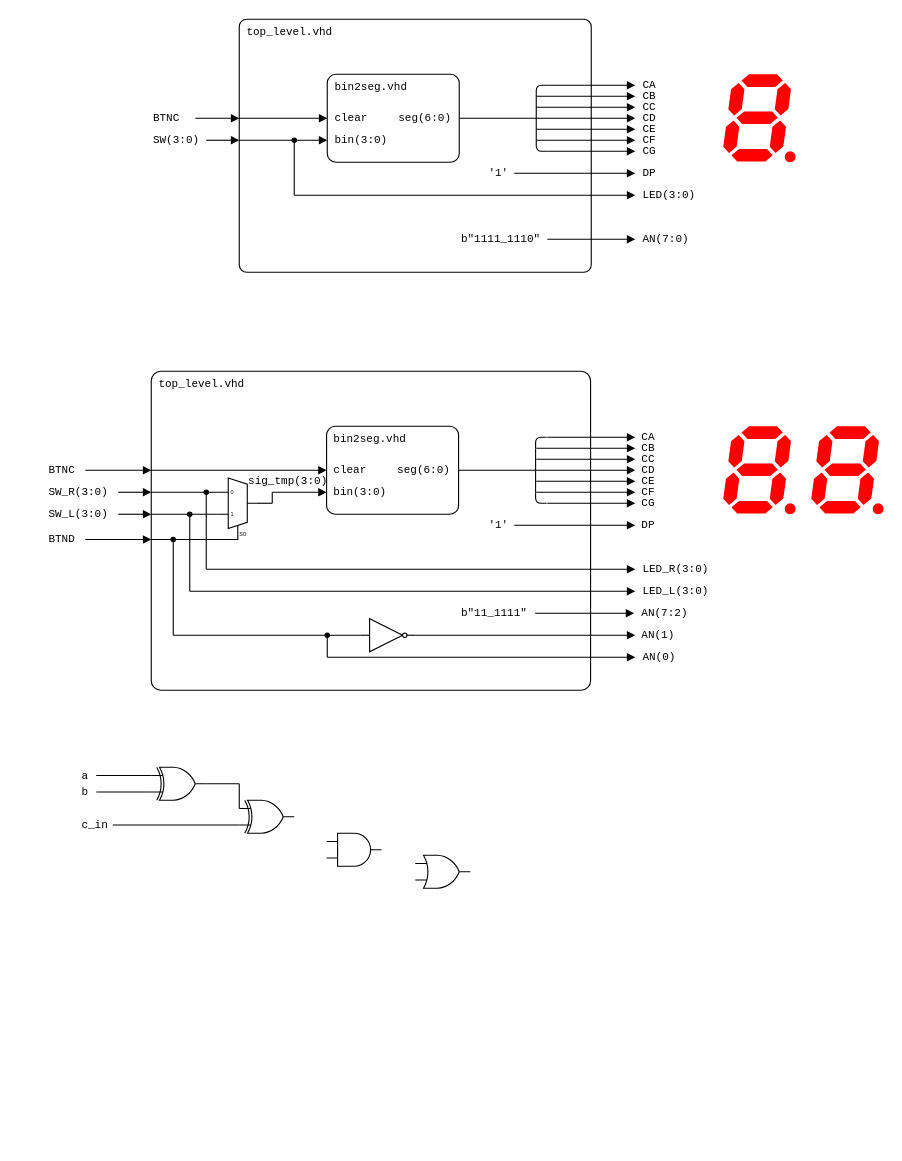
Earlier version of the draw.io diagram labs/04-adder/images/lab4_adder.drawio (tomas-fryza/vhdl-course). Source tidied: cells renumbered, new cells numbered last; positions are measured from the earlier drawing's top-left corner, leaving out a move shared by most shapes. Both pictures are drawn from the tidied source at 110%, with x=0, y=0 at pixel (46, 19).
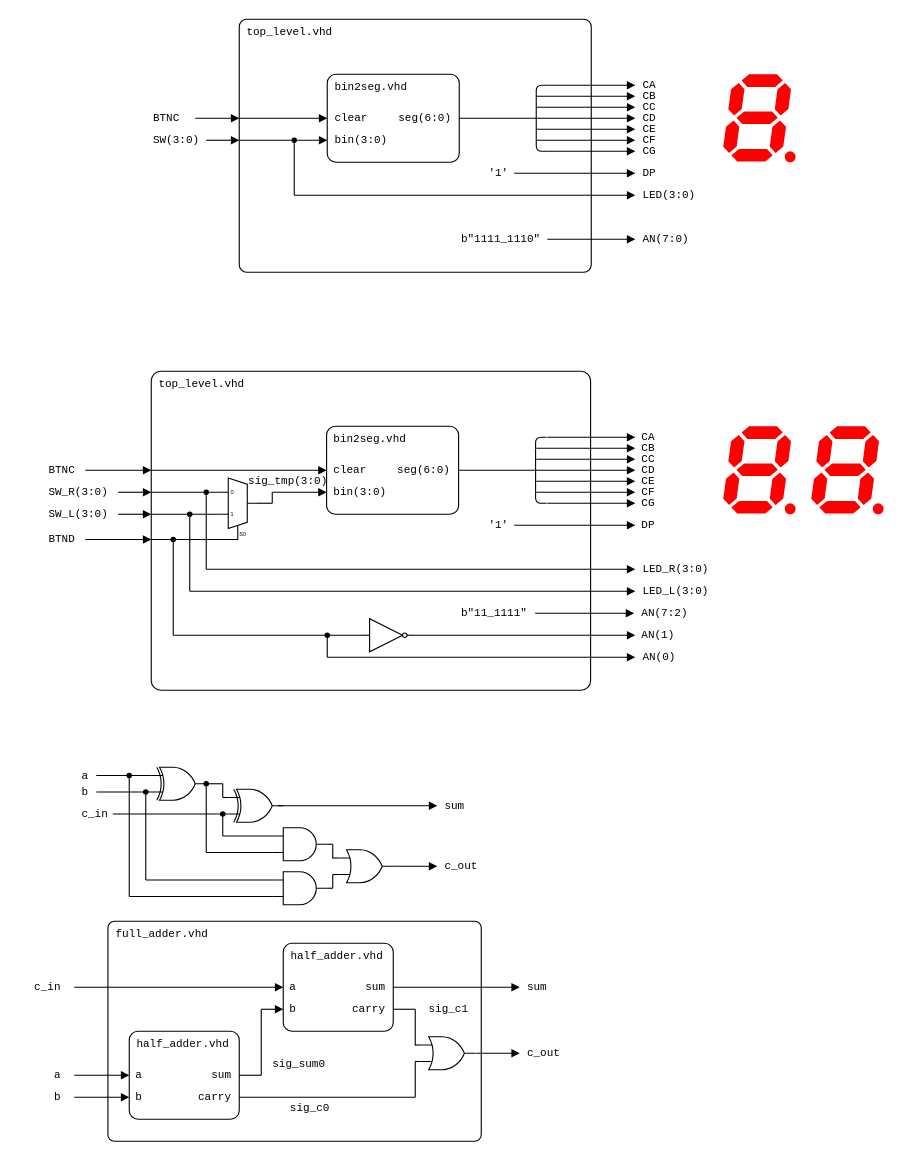
After the change.

Commit message (it also covers changes not shown here):
fig of full adder structures created

The edit, as a diff of the source:
```diff
@@
     <mxCell id="102" style="verticalLabelPosition=bottom;shadow=0;dashed=0;align=center;html=1;verticalAlign=top;shape=mxgraph.electrical.logic_gates.logic_gate;operation=and;" parent="1" vertex="1">
-      <mxGeometry x="254.4" y="740" width="50" height="30" as="geometry" />
+      <mxGeometry x="205" y="735" width="50" height="30" as="geometry" />
     </mxCell>
     <mxCell id="103" style="verticalLabelPosition=bottom;shadow=0;dashed=0;align=center;html=1;verticalAlign=top;shape=mxgraph.electrical.logic_gates.logic_gate;operation=or;" parent="1" vertex="1">
-      <mxGeometry x="335" y="760" width="50" height="30" as="geometry" />
+      <mxGeometry x="265" y="755" width="50" height="30" as="geometry" />
     </mxCell>
     <mxCell id="104" style="verticalLabelPosition=bottom;shadow=0;dashed=0;align=center;html=1;verticalAlign=top;shape=mxgraph.electrical.logic_gates.logic_gate;operation=xor;" parent="1" vertex="1">
-      <mxGeometry x="175" y="710" width="50" height="30" as="geometry" />
+      <mxGeometry x="165" y="700" width="50" height="30" as="geometry" />
     </mxCell>
@@
     <mxCell id="107" style="endArrow=none;html=1;rounded=0;endFill=0;endSize=5;startSize=5;" parent="1" edge="1">
       <mxGeometry relative="1" as="geometry">
-        <mxPoint x="60" y="732.5" as="sourcePoint" />
-        <mxPoint x="175" y="732.5" as="targetPoint" />
+        <mxPoint x="60" y="722.5" as="sourcePoint" />
+        <mxPoint x="165" y="722.5" as="targetPoint" />
       </mxGeometry>
     </mxCell>
     <mxCell id="108" style="endArrow=none;html=1;rounded=0;endFill=0;endSize=5;startSize=5;" parent="1" edge="1">
       <mxGeometry relative="1" as="geometry">
-        <mxPoint x="175" y="695" as="sourcePoint" />
-        <mxPoint x="175" y="717.5" as="targetPoint" />
+        <mxPoint x="160" y="695" as="sourcePoint" />
+        <mxPoint x="160" y="707.5" as="targetPoint" />
       </mxGeometry>
     </mxCell>
     <mxCell id="109" style="endArrow=none;html=1;rounded=0;endFill=0;endSize=5;startSize=5;" parent="1" edge="1">
       <mxGeometry relative="1" as="geometry">
         <mxPoint x="145" y="695" as="sourcePoint" />
-        <mxPoint x="175" y="695" as="targetPoint" />
+        <mxPoint x="160" y="695" as="targetPoint" />
       </mxGeometry>
     </mxCell>
@@
     <mxCell id="112" value="c_in" style="text;html=1;align=left;verticalAlign=middle;whiteSpace=wrap;rounded=0;fontFamily=Courier New;fontSize=10;fillOpacity=100;spacing=2;spacingLeft=0;" parent="1" vertex="1">
-      <mxGeometry x="30" y="722.5" width="30" height="20" as="geometry" />
+      <mxGeometry x="30" y="712.5" width="30" height="20" as="geometry" />
     </mxCell>
+    <mxCell id="113" style="endArrow=none;html=1;rounded=0;startArrow=oval;startFill=1;endSize=4;startSize=4;" parent="1" edge="1">
+      <mxGeometry relative="1" as="geometry">
+        <mxPoint x="160" y="722.5" as="sourcePoint" />
+        <mxPoint x="160" y="742.5" as="targetPoint" />
+      </mxGeometry>
+    </mxCell>
+    <mxCell id="114" style="endArrow=none;html=1;rounded=0;startArrow=oval;startFill=1;endSize=4;startSize=4;" parent="1" edge="1">
+      <mxGeometry relative="1" as="geometry">
+        <mxPoint x="145" y="695" as="sourcePoint" />
+        <mxPoint x="145" y="757.5" as="targetPoint" />
+      </mxGeometry>
+    </mxCell>
+    <mxCell id="115" style="endArrow=none;html=1;rounded=0;startArrow=oval;startFill=1;endSize=4;startSize=4;" parent="1" edge="1">
+      <mxGeometry relative="1" as="geometry">
+        <mxPoint x="90" y="702.5" as="sourcePoint" />
+        <mxPoint x="90" y="782.5" as="targetPoint" />
+      </mxGeometry>
+    </mxCell>
+    <mxCell id="116" style="endArrow=none;html=1;rounded=0;startArrow=oval;startFill=1;endSize=4;startSize=4;" parent="1" edge="1">
+      <mxGeometry relative="1" as="geometry">
+        <mxPoint x="75" y="687.5" as="sourcePoint" />
+        <mxPoint x="75" y="797.5" as="targetPoint" />
+      </mxGeometry>
+    </mxCell>
+    <mxCell id="117" style="endArrow=none;html=1;rounded=0;endFill=0;endSize=5;startSize=5;" parent="1" edge="1">
+      <mxGeometry relative="1" as="geometry">
+        <mxPoint x="160" y="742.5" as="sourcePoint" />
+        <mxPoint x="205" y="742.5" as="targetPoint" />
+      </mxGeometry>
+    </mxCell>
+    <mxCell id="118" style="endArrow=none;html=1;rounded=0;endFill=0;endSize=5;startSize=5;" parent="1" edge="1">
+      <mxGeometry relative="1" as="geometry">
+        <mxPoint x="145" y="757.5" as="sourcePoint" />
+        <mxPoint x="205" y="757.5" as="targetPoint" />
+      </mxGeometry>
+    </mxCell>
+    <mxCell id="119" style="endArrow=none;html=1;rounded=0;endFill=0;endSize=5;startSize=5;" parent="1" edge="1">
+      <mxGeometry relative="1" as="geometry">
+        <mxPoint x="160" y="707.5" as="sourcePoint" />
+        <mxPoint x="165" y="707.5" as="targetPoint" />
+      </mxGeometry>
+    </mxCell>
+    <mxCell id="120" style="verticalLabelPosition=bottom;shadow=0;dashed=0;align=center;html=1;verticalAlign=top;shape=mxgraph.electrical.logic_gates.logic_gate;operation=and;" parent="1" vertex="1">
+      <mxGeometry x="205" y="775" width="50" height="30" as="geometry" />
+    </mxCell>
+    <mxCell id="121" style="endArrow=none;html=1;rounded=0;endFill=0;endSize=5;startSize=5;" parent="1" edge="1">
+      <mxGeometry relative="1" as="geometry">
+        <mxPoint x="90" y="782.5" as="sourcePoint" />
+        <mxPoint x="205" y="782.5" as="targetPoint" />
+      </mxGeometry>
+    </mxCell>
+    <mxCell id="122" style="endArrow=none;html=1;rounded=0;endFill=0;endSize=5;startSize=5;" parent="1" edge="1">
+      <mxGeometry relative="1" as="geometry">
+        <mxPoint x="75" y="797.5" as="sourcePoint" />
+        <mxPoint x="205" y="797.5" as="targetPoint" />
+      </mxGeometry>
+    </mxCell>
+    <mxCell id="123" style="endArrow=none;html=1;rounded=0;endFill=0;endSize=5;startSize=5;" parent="1" edge="1">
+      <mxGeometry relative="1" as="geometry">
+        <mxPoint x="255" y="750" as="sourcePoint" />
+        <mxPoint x="260" y="750" as="targetPoint" />
+      </mxGeometry>
+    </mxCell>
+    <mxCell id="124" style="endArrow=none;html=1;rounded=0;endFill=0;endSize=5;startSize=5;" parent="1" edge="1">
+      <mxGeometry relative="1" as="geometry">
+        <mxPoint x="260" y="762.5" as="sourcePoint" />
+        <mxPoint x="265" y="762.5" as="targetPoint" />
+      </mxGeometry>
+    </mxCell>
+    <mxCell id="125" style="endArrow=none;html=1;rounded=0;endFill=0;endSize=5;startSize=5;" parent="1" edge="1">
+      <mxGeometry relative="1" as="geometry">
+        <mxPoint x="260" y="750" as="sourcePoint" />
+        <mxPoint x="260" y="763" as="targetPoint" />
+      </mxGeometry>
+    </mxCell>
+    <mxCell id="126" style="endArrow=none;html=1;rounded=0;endFill=0;endSize=5;startSize=5;" parent="1" edge="1">
+      <mxGeometry relative="1" as="geometry">
+        <mxPoint x="255" y="790" as="sourcePoint" />
+        <mxPoint x="260" y="790" as="targetPoint" />
+      </mxGeometry>
+    </mxCell>
+    <mxCell id="127" style="endArrow=none;html=1;rounded=0;endFill=0;endSize=5;startSize=5;" parent="1" edge="1">
+      <mxGeometry relative="1" as="geometry">
+        <mxPoint x="260" y="777.5" as="sourcePoint" />
+        <mxPoint x="260" y="790" as="targetPoint" />
+      </mxGeometry>
+    </mxCell>
+    <mxCell id="128" style="endArrow=none;html=1;rounded=0;endFill=0;endSize=5;startSize=5;" parent="1" edge="1">
+      <mxGeometry relative="1" as="geometry">
+        <mxPoint x="260" y="777.5" as="sourcePoint" />
+        <mxPoint x="265" y="777.5" as="targetPoint" />
+      </mxGeometry>
+    </mxCell>
+    <mxCell id="129" style="endArrow=block;html=1;rounded=0;endFill=1;endSize=5;startSize=5;" parent="1" edge="1">
+      <mxGeometry relative="1" as="geometry">
+        <mxPoint x="210" y="715" as="sourcePoint" />
+        <mxPoint x="355" y="715" as="targetPoint" />
+      </mxGeometry>
+    </mxCell>
+    <mxCell id="130" style="endArrow=block;html=1;rounded=0;endFill=1;orthogonal=1;endSize=5;startSize=5;" parent="1" edge="1">
+      <mxGeometry relative="1" as="geometry">
+        <mxPoint x="315" y="770" as="sourcePoint" />
+        <mxPoint x="355" y="770" as="targetPoint" />
+      </mxGeometry>
+    </mxCell>
+    <mxCell id="131" value="c_out" style="text;html=1;align=left;verticalAlign=middle;whiteSpace=wrap;rounded=0;fontFamily=Courier New;fontSize=10;fillOpacity=100;spacing=2;spacingLeft=5;" parent="1" vertex="1">
+      <mxGeometry x="355" y="760" width="60.6" height="20" as="geometry" />
+    </mxCell>
+    <mxCell id="132" value="sum" style="text;html=1;align=left;verticalAlign=middle;whiteSpace=wrap;rounded=0;fontFamily=Courier New;fontSize=10;fillOpacity=100;spacing=2;spacingLeft=5;" parent="1" vertex="1">
+      <mxGeometry x="355" y="705" width="60.6" height="20" as="geometry" />
+    </mxCell>
+    <mxCell id="133" value="half_adder.vhd" style="rounded=1;arcSize=10;align=left;verticalAlign=top;fontFamily=Courier New;absoluteArcSize=0;fillColor=none;fixDash=0;fontSize=10;spacingLeft=5;labelBorderColor=none;spacingTop=0;spacing=2;labelBackgroundColor=none;whiteSpace=wrap;html=1;strokeWidth=1;shadow=0;glass=0;" parent="1" vertex="1">
+      <mxGeometry x="215" y="840" width="100" height="80" as="geometry" />
+    </mxCell>
+    <mxCell id="134" value="b" style="text;html=1;align=left;verticalAlign=middle;whiteSpace=wrap;rounded=0;fontFamily=Courier New;fontSize=10;fillOpacity=100;spacingLeft=5;" parent="1" vertex="1">
+      <mxGeometry x="214.4" y="890" width="60" height="20" as="geometry" />
+    </mxCell>
+    <mxCell id="135" value="a" style="text;html=1;align=left;verticalAlign=middle;whiteSpace=wrap;rounded=0;fontFamily=Courier New;fontSize=10;fillOpacity=100;spacing=2;spacingLeft=5;" parent="1" vertex="1">
+      <mxGeometry x="214.4" y="870" width="60" height="20" as="geometry" />
+    </mxCell>
+    <mxCell id="136" style="endArrow=block;html=1;rounded=0;endFill=1;endSize=5;startSize=5;" parent="1" edge="1">
+      <mxGeometry relative="1" as="geometry">
+        <mxPoint x="25" y="880" as="sourcePoint" />
+        <mxPoint x="215" y="880" as="targetPoint" />
+      </mxGeometry>
+    </mxCell>
+    <mxCell id="137" style="endArrow=block;html=1;rounded=0;endFill=1;endSize=5;startSize=5;" parent="1" edge="1">
+      <mxGeometry relative="1" as="geometry">
+        <mxPoint x="195" y="900" as="sourcePoint" />
+        <mxPoint x="215" y="900" as="targetPoint" />
+      </mxGeometry>
+    </mxCell>
+    <mxCell id="138" value="sum" style="text;html=1;align=right;verticalAlign=middle;whiteSpace=wrap;rounded=0;fontFamily=Courier New;fontSize=10;fillOpacity=100;spacing=2;spacingRight=5;" parent="1" vertex="1">
+      <mxGeometry x="255" y="870" width="60" height="20" as="geometry" />
+    </mxCell>
+    <mxCell id="139" style="endArrow=block;html=1;rounded=0;exitX=1;exitY=0.5;exitDx=0;exitDy=0;endFill=1;endSize=5;startSize=5;" parent="1" edge="1" source="138">
+      <mxGeometry relative="1" as="geometry">
+        <mxPoint x="430" y="880" as="targetPoint" />
+      </mxGeometry>
+    </mxCell>
+    <mxCell id="140" value="carry" style="text;html=1;align=right;verticalAlign=middle;whiteSpace=wrap;rounded=0;fontFamily=Courier New;fontSize=10;fillOpacity=100;spacing=2;spacingRight=5;" parent="1" vertex="1">
+      <mxGeometry x="255" y="890" width="60" height="20" as="geometry" />
+    </mxCell>
+    <mxCell id="141" style="endArrow=none;html=1;rounded=0;exitX=1;exitY=0.5;exitDx=0;exitDy=0;endFill=0;endSize=5;startSize=5;" parent="1" edge="1" source="140">
+      <mxGeometry relative="1" as="geometry">
+        <mxPoint x="335" y="900" as="targetPoint" />
+      </mxGeometry>
+    </mxCell>
+    <mxCell id="142" value="half_adder.vhd" style="rounded=1;arcSize=10;align=left;verticalAlign=top;fontFamily=Courier New;absoluteArcSize=0;fillColor=none;fixDash=0;fontSize=10;spacingLeft=5;labelBorderColor=none;spacingTop=0;spacing=2;labelBackgroundColor=none;whiteSpace=wrap;html=1;strokeWidth=1;shadow=0;glass=0;" parent="1" vertex="1">
+      <mxGeometry x="75" y="920" width="100" height="80" as="geometry" />
+    </mxCell>
+    <mxCell id="143" value="b" style="text;html=1;align=left;verticalAlign=middle;whiteSpace=wrap;rounded=0;fontFamily=Courier New;fontSize=10;fillOpacity=100;spacingLeft=5;" parent="1" vertex="1">
+      <mxGeometry x="74.4" y="970" width="60" height="20" as="geometry" />
+    </mxCell>
+    <mxCell id="144" value="a" style="text;html=1;align=left;verticalAlign=middle;whiteSpace=wrap;rounded=0;fontFamily=Courier New;fontSize=10;fillOpacity=100;spacing=2;spacingLeft=5;" parent="1" vertex="1">
+      <mxGeometry x="74.4" y="950" width="60" height="20" as="geometry" />
+    </mxCell>
+    <mxCell id="145" value="sum" style="text;html=1;align=right;verticalAlign=middle;whiteSpace=wrap;rounded=0;fontFamily=Courier New;fontSize=10;fillOpacity=100;spacing=2;spacingRight=5;" parent="1" vertex="1">
+      <mxGeometry x="115" y="950" width="60" height="20" as="geometry" />
+    </mxCell>
+    <mxCell id="146" value="carry" style="text;html=1;align=right;verticalAlign=middle;whiteSpace=wrap;rounded=0;fontFamily=Courier New;fontSize=10;fillOpacity=100;spacing=2;spacingRight=5;" parent="1" vertex="1">
+      <mxGeometry x="115" y="970" width="60" height="20" as="geometry" />
+    </mxCell>
+    <mxCell id="147" style="endArrow=block;html=1;rounded=0;endFill=1;endSize=5;startSize=5;" parent="1" edge="1">
+      <mxGeometry relative="1" as="geometry">
+        <mxPoint x="25" y="960" as="sourcePoint" />
+        <mxPoint x="75" y="960" as="targetPoint" />
+      </mxGeometry>
+    </mxCell>
+    <mxCell id="148" style="endArrow=block;html=1;rounded=0;endFill=1;endSize=5;startSize=5;" parent="1" edge="1">
+      <mxGeometry relative="1" as="geometry">
+        <mxPoint x="25" y="980" as="sourcePoint" />
+        <mxPoint x="75" y="980" as="targetPoint" />
+      </mxGeometry>
+    </mxCell>
+    <mxCell id="149" style="endArrow=none;html=1;rounded=0;exitX=1;exitY=0.5;exitDx=0;exitDy=0;endFill=0;endSize=5;startSize=5;" parent="1" edge="1">
+      <mxGeometry relative="1" as="geometry">
+        <mxPoint x="175" y="960" as="sourcePoint" />
+        <mxPoint x="195" y="960" as="targetPoint" />
+      </mxGeometry>
+    </mxCell>
+    <mxCell id="150" style="endArrow=none;html=1;rounded=0;exitX=1;exitY=0.5;exitDx=0;exitDy=0;endFill=0;endSize=5;startSize=5;" parent="1" edge="1">
+      <mxGeometry relative="1" as="geometry">
+        <mxPoint x="175" y="980" as="sourcePoint" />
+        <mxPoint x="335" y="980" as="targetPoint" />
+      </mxGeometry>
+    </mxCell>
+    <mxCell id="151" style="endArrow=none;html=1;rounded=0;startArrow=none;startFill=0;endSize=4;startSize=4;" parent="1" edge="1">
+      <mxGeometry relative="1" as="geometry">
+        <mxPoint x="195" y="900" as="sourcePoint" />
+        <mxPoint x="195" y="960" as="targetPoint" />
+      </mxGeometry>
+    </mxCell>
+    <mxCell id="152" style="verticalLabelPosition=bottom;shadow=0;dashed=0;align=center;html=1;verticalAlign=top;shape=mxgraph.electrical.logic_gates.logic_gate;operation=or;" parent="1" vertex="1">
+      <mxGeometry x="339.7" y="925" width="50" height="30" as="geometry" />
+    </mxCell>
+    <mxCell id="153" style="endArrow=none;html=1;rounded=0;endFill=0;endSize=5;startSize=5;" parent="1" edge="1">
+      <mxGeometry relative="1" as="geometry">
+        <mxPoint x="334.7" y="932.5" as="sourcePoint" />
+        <mxPoint x="339.7" y="932.5" as="targetPoint" />
+      </mxGeometry>
+    </mxCell>
+    <mxCell id="154" style="endArrow=none;html=1;rounded=0;endFill=0;endSize=5;startSize=5;" parent="1" edge="1">
+      <mxGeometry relative="1" as="geometry">
+        <mxPoint x="335" y="900" as="sourcePoint" />
+        <mxPoint x="335" y="933" as="targetPoint" />
+      </mxGeometry>
+    </mxCell>
+    <mxCell id="155" style="endArrow=none;html=1;rounded=0;endFill=0;endSize=5;startSize=5;" parent="1" edge="1">
+      <mxGeometry relative="1" as="geometry">
+        <mxPoint x="335" y="947.5" as="sourcePoint" />
+        <mxPoint x="335" y="980" as="targetPoint" />
+      </mxGeometry>
+    </mxCell>
+    <mxCell id="156" style="endArrow=none;html=1;rounded=0;endFill=0;endSize=5;startSize=5;" parent="1" edge="1">
+      <mxGeometry relative="1" as="geometry">
+        <mxPoint x="334.7" y="947.5" as="sourcePoint" />
+        <mxPoint x="339.7" y="947.5" as="targetPoint" />
+      </mxGeometry>
+    </mxCell>
+    <mxCell id="157" style="endArrow=block;html=1;rounded=0;endFill=1;orthogonal=1;endSize=5;startSize=5;" parent="1" edge="1">
+      <mxGeometry relative="1" as="geometry">
+        <mxPoint x="390" y="940" as="sourcePoint" />
+        <mxPoint x="430" y="940" as="targetPoint" />
+      </mxGeometry>
+    </mxCell>
+    <mxCell id="158" value="c_out" style="text;html=1;align=left;verticalAlign=middle;whiteSpace=wrap;rounded=0;fontFamily=Courier New;fontSize=10;fillOpacity=100;spacing=2;spacingLeft=5;" parent="1" vertex="1">
+      <mxGeometry x="429.7" y="930" width="60.6" height="20" as="geometry" />
+    </mxCell>
+    <mxCell id="159" value="sum" style="text;html=1;align=left;verticalAlign=middle;whiteSpace=wrap;rounded=0;fontFamily=Courier New;fontSize=10;fillOpacity=100;spacing=2;spacingLeft=5;" parent="1" vertex="1">
+      <mxGeometry x="429.7" y="870" width="60.6" height="20" as="geometry" />
+    </mxCell>
+    <mxCell id="160" value="c_in" style="text;html=1;align=right;verticalAlign=middle;whiteSpace=wrap;rounded=0;fontFamily=Courier New;fontSize=10;fillOpacity=100;spacing=2;spacingLeft=0;" parent="1" vertex="1">
+      <mxGeometry x="-25" y="870" width="40" height="20" as="geometry" />
+    </mxCell>
+    <mxCell id="161" value="a" style="text;html=1;align=right;verticalAlign=middle;whiteSpace=wrap;rounded=0;fontFamily=Courier New;fontSize=10;fillOpacity=100;spacing=2;spacingLeft=0;" parent="1" vertex="1">
+      <mxGeometry x="-25" y="950" width="40" height="20" as="geometry" />
+    </mxCell>
+    <mxCell id="162" value="b" style="text;html=1;align=right;verticalAlign=middle;whiteSpace=wrap;rounded=0;fontFamily=Courier New;fontSize=10;fillOpacity=100;spacing=2;spacingLeft=0;" parent="1" vertex="1">
+      <mxGeometry x="-25" y="970" width="40" height="20" as="geometry" />
+    </mxCell>
+    <mxCell id="163" value="sig_c0" style="text;html=1;align=center;verticalAlign=middle;whiteSpace=wrap;rounded=0;fontFamily=Courier New;fontSize=10;fillOpacity=100;spacing=2;spacingLeft=0;" parent="1" vertex="1">
+      <mxGeometry x="214.4" y="980" width="50.6" height="20" as="geometry" />
+    </mxCell>
+    <mxCell id="164" value="sig_sum0" style="text;html=1;align=center;verticalAlign=middle;whiteSpace=wrap;rounded=0;fontFamily=Courier New;fontSize=10;fillOpacity=100;spacing=2;spacingLeft=0;" parent="1" vertex="1">
+      <mxGeometry x="203.7" y="940" width="50.6" height="20" as="geometry" />
+    </mxCell>
+    <mxCell id="165" value="sig_c1" style="text;html=1;align=center;verticalAlign=middle;whiteSpace=wrap;rounded=0;fontFamily=Courier New;fontSize=10;fillOpacity=100;spacing=2;spacingLeft=0;" parent="1" vertex="1">
+      <mxGeometry x="339.7" y="890" width="50.6" height="20" as="geometry" />
+    </mxCell>
+    <mxCell id="166" value="full_adder.vhd" style="rounded=1;arcSize=3;whiteSpace=wrap;html=1;align=left;verticalAlign=top;fontFamily=Courier New;absoluteArcSize=0;fillColor=none;fontSize=10;spacingLeft=5;imageHeight=24;" parent="1" vertex="1">
+      <mxGeometry x="55.6" y="820" width="339.4" height="200" as="geometry" />
+    </mxCell>
```
